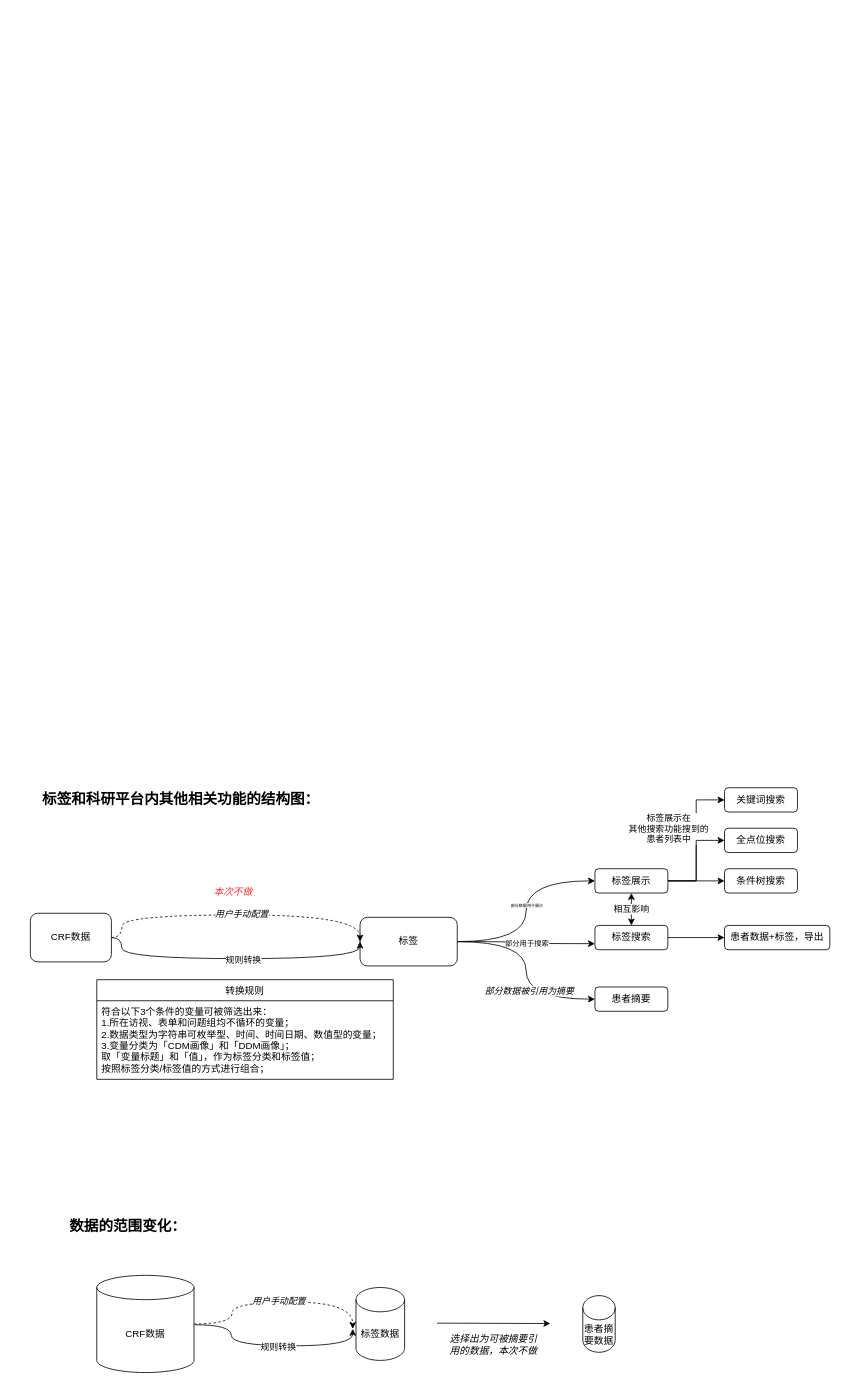
Before: 系统关系.drawio in ElsaTravel/hello-world, a draw.io diagram. Source tidied: cells renumbered, new cells numbered last; positions are measured from the earlier drawing's top-left corner, leaving out a move shared by most shapes. Both pictures are drawn from the tidied source at 81%, with x=0, y=0 at pixel (23, 787).
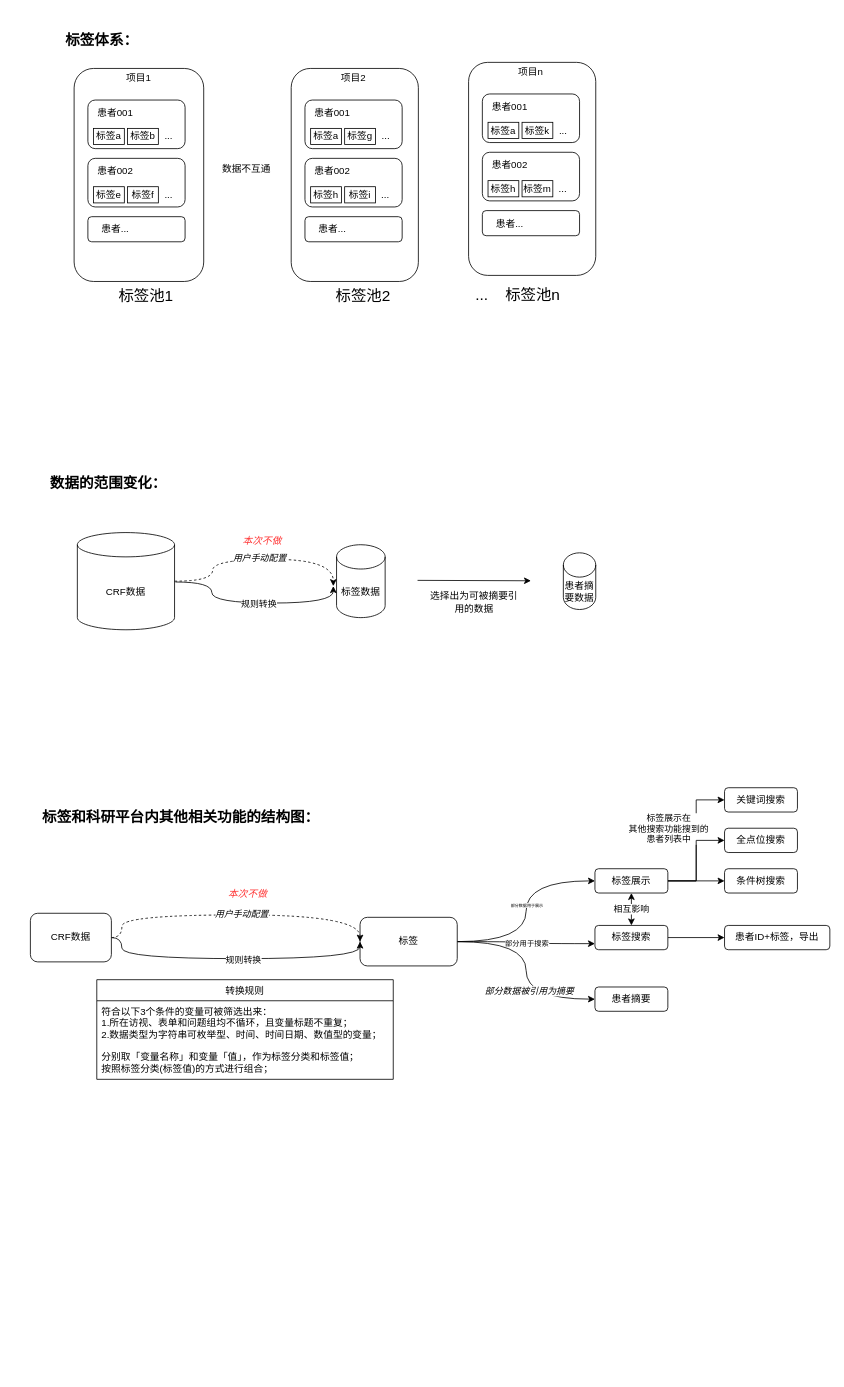
The same page after the edit.

Commit message:
更新系统关系.drawio

Unchanged cells that the change refers to:
```xml
<mxCell id="30" value="转换规则" style="swimlane;fontStyle=0;horizontal=1;startSize=26;" parent="1" vertex="1">
  <mxGeometry x="91" y="237" width="366" height="123" as="geometry" />
</mxCell>
```

Change to the diagram source:
```diff
@@
+    <mxCell id="42" style="rounded=1;whiteSpace=wrap;html=1;" parent="1" vertex="1">
+      <mxGeometry x="63" y="-888" width="160" height="263" as="geometry" />
+    </mxCell>
+    <mxCell id="43" style="rounded=1;whiteSpace=wrap;html=1;" parent="1" vertex="1">
+      <mxGeometry x="80" y="-849" width="120" height="60" as="geometry" />
+    </mxCell>
     <mxCell id="2" style="endArrow=classic;html=1;" parent="1" edge="1">
       <mxGeometry relative="1" as="geometry">
-        <mxPoint x="511" y="661" as="sourcePoint" />
-        <mxPoint x="651" y="661.5" as="targetPoint" />
+        <mxPoint x="487" y="-256" as="sourcePoint" />
+        <mxPoint x="627" y="-255.5" as="targetPoint" />
       </mxGeometry>
     </mxCell>
-    <mxCell id="3" value="&lt;i&gt;选择出为可被摘要引用的数据，本次不做&lt;/i&gt;" style="text;html=1;align=center;verticalAlign=middle;whiteSpace=wrap;rounded=0;" parent="1" vertex="1">
-      <mxGeometry x="526" y="663" width="110" height="50" as="geometry" />
+    <mxCell id="3" value="&lt;span&gt;选择出为可被摘要引用的数据&lt;/span&gt;" style="text;html=1;align=center;verticalAlign=middle;whiteSpace=wrap;rounded=0;fontStyle=0;" parent="1" vertex="1">
+      <mxGeometry x="502" y="-254" width="110" height="50" as="geometry" />
     </mxCell>
@@
     <mxCell id="11" value="&lt;span&gt;标签数据&lt;/span&gt;" style="shape=cylinder3;whiteSpace=wrap;html=1;boundedLbl=1;backgroundOutline=1;size=15;" parent="1" vertex="1">
-      <mxGeometry x="411" y="617" width="60" height="90" as="geometry" />
+      <mxGeometry x="387" y="-300" width="60" height="90" as="geometry" />
     </mxCell>
     <mxCell id="12" value="CRF数据" style="shape=cylinder3;whiteSpace=wrap;html=1;boundedLbl=1;backgroundOutline=1;size=15;" parent="1" vertex="1">
-      <mxGeometry x="91" y="602" width="120" height="120" as="geometry" />
+      <mxGeometry x="67" y="-315" width="120" height="120" as="geometry" />
     </mxCell>
     <mxCell id="13" value="患者摘要数据" style="shape=cylinder3;whiteSpace=wrap;html=1;boundedLbl=1;backgroundOutline=1;size=15;" parent="1" vertex="1">
-      <mxGeometry x="691" y="627" width="40" height="70" as="geometry" />
+      <mxGeometry x="667" y="-290" width="40" height="70" as="geometry" />
     </mxCell>
@@
-    <mxCell id="27" value="患者数据+标签，导出" style="rounded=1;whiteSpace=wrap;html=1;" parent="1" vertex="1">
+    <mxCell id="27" value="患者ID+标签，导出" style="rounded=1;whiteSpace=wrap;html=1;" parent="1" vertex="1">
       <mxGeometry x="866" y="170" width="130" height="30" as="geometry" />
     </mxCell>
@@
-    <mxCell id="31" value="符合以下3个条件的变量可被筛选出来：&#10;1.所在访视、表单和问题组均不循环的变量；&#10;2.数据类型为字符串可枚举型、时间、时间日期、数值型的变量；&#10;3.变量分类为「CDM画像」和「DDM画像」；&#10;取「变量标题」和「值」，作为标签分类和标签值；&#10;按照标签分类/标签值的方式进行组合；" style="text;align=left;verticalAlign=top;spacingLeft=4;spacingRight=4;overflow=hidden;" parent="30" vertex="1">
+    <mxCell id="31" value="符合以下3个条件的变量可被筛选出来：&#10;1.所在访视、表单和问题组均不循环，且变量标题不重复；&#10;2.数据类型为字符串可枚举型、时间、时间日期、数值型的变量；&#10;&#10;分别取「变量名称」和变量「值」，作为标签分类和标签值；&#10;按照标签分类(标签值)的方式进行组合；" style="text;align=left;verticalAlign=top;spacingLeft=4;spacingRight=4;overflow=hidden;" parent="30" vertex="1">
       <mxGeometry y="26" width="366" height="97" as="geometry" />
     </mxCell>
@@
     <mxCell id="35" value="&lt;h1&gt;&lt;font style=&quot;font-size: 18px&quot;&gt;数据的范围变化：&lt;/font&gt;&lt;/h1&gt;" style="text;html=1;strokeColor=none;fillColor=none;align=center;verticalAlign=middle;whiteSpace=wrap;rounded=0;" parent="1" vertex="1">
-      <mxGeometry x="21" y="530" width="217" height="20" as="geometry" />
+      <mxGeometry x="-3" y="-387" width="217" height="20" as="geometry" />
     </mxCell>
     <mxCell id="36" value="&lt;h1&gt;&lt;font style=&quot;font-size: 18px&quot;&gt;标签和科研平台内其他相关功能的结构图：&lt;/font&gt;&lt;/h1&gt;" style="text;html=1;strokeColor=none;fillColor=none;align=center;verticalAlign=middle;whiteSpace=wrap;rounded=0;" parent="1" vertex="1">
-      <mxGeometry y="3" width="390" height="20" as="geometry" />
+      <mxGeometry y="25" width="390" height="20" as="geometry" />
     </mxCell>
     <mxCell id="37" style="edgeStyle=orthogonalEdgeStyle;curved=1;rounded=0;jettySize=auto;html=1;exitX=1;exitY=0.5;exitDx=0;exitDy=0;entryX=0;entryY=0.5;entryDx=0;entryDy=0;dashed=1;exitPerimeter=0;" parent="1" edge="1" source="12">
       <mxGeometry relative="1" as="geometry">
-        <mxPoint x="407" y="668.1" as="targetPoint" />
+        <mxPoint x="383" y="-248.9" as="targetPoint" />
         <Array as="points">
-          <mxPoint x="258" y="662" />
-          <mxPoint x="258" y="635" />
-          <mxPoint x="407" y="635" />
+          <mxPoint x="234" y="-255" />
+          <mxPoint x="234" y="-282" />
+          <mxPoint x="383" y="-282" />
         </Array>
       </mxGeometry>
     </mxCell>
@@
     <mxCell id="39" style="edgeStyle=orthogonalEdgeStyle;curved=1;rounded=0;orthogonalLoop=1;jettySize=auto;html=1;entryX=0;entryY=0.5;entryDx=0;entryDy=0;" parent="1" edge="1">
       <mxGeometry relative="1" as="geometry">
-        <mxPoint x="212" y="663" as="sourcePoint" />
-        <mxPoint x="407" y="668.1" as="targetPoint" />
+        <mxPoint x="188" y="-254" as="sourcePoint" />
+        <mxPoint x="383" y="-248.9" as="targetPoint" />
         <Array as="points">
-          <mxPoint x="257" y="663" />
-          <mxPoint x="257" y="689" />
-          <mxPoint x="407" y="689" />
+          <mxPoint x="233" y="-254" />
+          <mxPoint x="233" y="-228" />
+          <mxPoint x="383" y="-228" />
         </Array>
       </mxGeometry>
     </mxCell>
@@
     <mxCell id="41" value="&lt;font color=&quot;#ff3333&quot;&gt;&lt;i&gt;本次不做&lt;/i&gt;&lt;/font&gt;" style="text;html=1;strokeColor=none;fillColor=none;align=center;verticalAlign=middle;whiteSpace=wrap;rounded=0;" parent="1" vertex="1">
-      <mxGeometry x="214" y="119" width="91" height="20" as="geometry" />
+      <mxGeometry x="232" y="122" width="91" height="20" as="geometry" />
     </mxCell>
+    <mxCell id="44" value="&lt;font color=&quot;#ff3333&quot;&gt;&lt;i&gt;本次不做&lt;/i&gt;&lt;/font&gt;" style="text;html=1;strokeColor=none;fillColor=none;align=center;verticalAlign=middle;whiteSpace=wrap;rounded=0;" parent="1" vertex="1">
+      <mxGeometry x="250" y="-315" width="91" height="20" as="geometry" />
+    </mxCell>
+    <mxCell id="45" value="项目1" style="text;html=1;strokeColor=none;fillColor=none;align=center;verticalAlign=middle;whiteSpace=wrap;rounded=0;" parent="1" vertex="1">
+      <mxGeometry x="123" y="-886" width="40" height="20" as="geometry" />
+    </mxCell>
+    <mxCell id="46" value="标签b" style="rounded=0;whiteSpace=wrap;html=1;" parent="1" vertex="1">
+      <mxGeometry x="129" y="-814" width="38" height="20" as="geometry" />
+    </mxCell>
+    <mxCell id="47" value="标签a" style="rounded=0;whiteSpace=wrap;html=1;" parent="1" vertex="1">
+      <mxGeometry x="87" y="-814" width="38" height="20" as="geometry" />
+    </mxCell>
+    <mxCell id="48" value="患者001" style="text;html=1;strokeColor=none;fillColor=none;align=center;verticalAlign=middle;whiteSpace=wrap;rounded=0;" parent="1" vertex="1">
+      <mxGeometry x="86" y="-843" width="56" height="20" as="geometry" />
+    </mxCell>
+    <mxCell id="49" value="..." style="text;html=1;strokeColor=none;fillColor=none;align=center;verticalAlign=middle;whiteSpace=wrap;rounded=0;" parent="1" vertex="1">
+      <mxGeometry x="160" y="-814" width="40" height="20" as="geometry" />
+    </mxCell>
+    <mxCell id="50" style="rounded=1;whiteSpace=wrap;html=1;" parent="1" vertex="1">
+      <mxGeometry x="80" y="-777" width="120" height="60" as="geometry" />
+    </mxCell>
+    <mxCell id="51" value="标签f" style="rounded=0;whiteSpace=wrap;html=1;" parent="1" vertex="1">
+      <mxGeometry x="129" y="-742" width="38" height="20" as="geometry" />
+    </mxCell>
+    <mxCell id="52" value="标签e" style="rounded=0;whiteSpace=wrap;html=1;" parent="1" vertex="1">
+      <mxGeometry x="87" y="-742" width="38" height="20" as="geometry" />
+    </mxCell>
+    <mxCell id="53" value="患者002" style="text;html=1;strokeColor=none;fillColor=none;align=center;verticalAlign=middle;whiteSpace=wrap;rounded=0;" parent="1" vertex="1">
+      <mxGeometry x="86" y="-771" width="56" height="20" as="geometry" />
+    </mxCell>
+    <mxCell id="54" value="..." style="text;html=1;strokeColor=none;fillColor=none;align=center;verticalAlign=middle;whiteSpace=wrap;rounded=0;" parent="1" vertex="1">
+      <mxGeometry x="160" y="-742" width="40" height="20" as="geometry" />
+    </mxCell>
+    <mxCell id="55" style="rounded=1;whiteSpace=wrap;html=1;" parent="1" vertex="1">
+      <mxGeometry x="80" y="-705" width="120" height="31" as="geometry" />
+    </mxCell>
+    <mxCell id="56" value="患者..." style="text;html=1;strokeColor=none;fillColor=none;align=center;verticalAlign=middle;whiteSpace=wrap;rounded=0;" parent="1" vertex="1">
+      <mxGeometry x="86" y="-699" width="56" height="20" as="geometry" />
+    </mxCell>
+    <mxCell id="57" value="标签池1" style="text;html=1;strokeColor=none;fillColor=none;align=center;verticalAlign=middle;whiteSpace=wrap;rounded=0;fontSize=19;" parent="1" vertex="1">
+      <mxGeometry x="109" y="-616" width="86" height="17" as="geometry" />
+    </mxCell>
+    <mxCell id="58" style="rounded=1;whiteSpace=wrap;html=1;" parent="1" vertex="1">
+      <mxGeometry x="331" y="-888" width="157" height="263" as="geometry" />
+    </mxCell>
+    <mxCell id="59" style="rounded=1;whiteSpace=wrap;html=1;" parent="1" vertex="1">
+      <mxGeometry x="348" y="-849" width="120" height="60" as="geometry" />
+    </mxCell>
+    <mxCell id="60" value="项目2" style="text;html=1;strokeColor=none;fillColor=none;align=center;verticalAlign=middle;whiteSpace=wrap;rounded=0;" parent="1" vertex="1">
+      <mxGeometry x="388" y="-886" width="40" height="20" as="geometry" />
+    </mxCell>
+    <mxCell id="61" value="标签g" style="rounded=0;whiteSpace=wrap;html=1;" parent="1" vertex="1">
+      <mxGeometry x="397" y="-814" width="38" height="20" as="geometry" />
+    </mxCell>
+    <mxCell id="62" value="标签a" style="rounded=0;whiteSpace=wrap;html=1;" parent="1" vertex="1">
+      <mxGeometry x="355" y="-814" width="38" height="20" as="geometry" />
+    </mxCell>
+    <mxCell id="63" value="患者001" style="text;html=1;strokeColor=none;fillColor=none;align=center;verticalAlign=middle;whiteSpace=wrap;rounded=0;" parent="1" vertex="1">
+      <mxGeometry x="354" y="-843" width="56" height="20" as="geometry" />
+    </mxCell>
+    <mxCell id="64" value="..." style="text;html=1;strokeColor=none;fillColor=none;align=center;verticalAlign=middle;whiteSpace=wrap;rounded=0;" parent="1" vertex="1">
+      <mxGeometry x="428" y="-814" width="40" height="20" as="geometry" />
+    </mxCell>
+    <mxCell id="65" style="rounded=1;whiteSpace=wrap;html=1;" parent="1" vertex="1">
+      <mxGeometry x="348" y="-777" width="120" height="60" as="geometry" />
+    </mxCell>
+    <mxCell id="66" value="标签i" style="rounded=0;whiteSpace=wrap;html=1;" parent="1" vertex="1">
+      <mxGeometry x="397" y="-742" width="38" height="20" as="geometry" />
+    </mxCell>
+    <mxCell id="67" value="标签h" style="rounded=0;whiteSpace=wrap;html=1;" parent="1" vertex="1">
+      <mxGeometry x="355" y="-742" width="38" height="20" as="geometry" />
+    </mxCell>
+    <mxCell id="68" value="患者002" style="text;html=1;strokeColor=none;fillColor=none;align=center;verticalAlign=middle;whiteSpace=wrap;rounded=0;" parent="1" vertex="1">
+      <mxGeometry x="354" y="-771" width="56" height="20" as="geometry" />
+    </mxCell>
+    <mxCell id="69" value="..." style="text;html=1;strokeColor=none;fillColor=none;align=center;verticalAlign=middle;whiteSpace=wrap;rounded=0;" parent="1" vertex="1">
+      <mxGeometry x="427" y="-742" width="41" height="20" as="geometry" />
+    </mxCell>
+    <mxCell id="70" style="rounded=1;whiteSpace=wrap;html=1;" parent="1" vertex="1">
+      <mxGeometry x="348" y="-705" width="120" height="31" as="geometry" />
+    </mxCell>
+    <mxCell id="71" value="患者..." style="text;html=1;strokeColor=none;fillColor=none;align=center;verticalAlign=middle;whiteSpace=wrap;rounded=0;" parent="1" vertex="1">
+      <mxGeometry x="354" y="-699" width="56" height="20" as="geometry" />
+    </mxCell>
+    <mxCell id="72" value="标签池2" style="text;html=1;strokeColor=none;fillColor=none;align=center;verticalAlign=middle;whiteSpace=wrap;rounded=0;fontSize=19;" parent="1" vertex="1">
+      <mxGeometry x="377" y="-616" width="86" height="17" as="geometry" />
+    </mxCell>
+    <mxCell id="73" value="...&amp;nbsp; &amp;nbsp; 标签池n" style="text;html=1;strokeColor=none;fillColor=none;align=center;verticalAlign=middle;whiteSpace=wrap;rounded=0;fontSize=19;" parent="1" vertex="1">
+      <mxGeometry x="533" y="-616" width="156" height="16" as="geometry" />
+    </mxCell>
+    <mxCell id="74" value="数据不互通" style="text;html=1;strokeColor=none;fillColor=none;align=center;verticalAlign=middle;whiteSpace=wrap;rounded=0;" parent="1" vertex="1">
+      <mxGeometry x="239" y="-769" width="74" height="10" as="geometry" />
+    </mxCell>
+    <mxCell id="75" value="&lt;h1&gt;&lt;font style=&quot;font-size: 18px&quot;&gt;标签体系：&lt;/font&gt;&lt;/h1&gt;" style="text;html=1;strokeColor=none;fillColor=none;align=center;verticalAlign=middle;whiteSpace=wrap;rounded=0;" parent="1" vertex="1">
+      <mxGeometry x="-11" y="-935" width="217" height="20" as="geometry" />
+    </mxCell>
+    <mxCell id="76" style="rounded=1;whiteSpace=wrap;html=1;" parent="1" vertex="1">
+      <mxGeometry x="550" y="-895.5" width="157" height="263" as="geometry" />
+    </mxCell>
+    <mxCell id="77" style="rounded=1;whiteSpace=wrap;html=1;" parent="1" vertex="1">
+      <mxGeometry x="567" y="-856.5" width="120" height="60" as="geometry" />
+    </mxCell>
+    <mxCell id="78" value="项目n" style="text;html=1;strokeColor=none;fillColor=none;align=center;verticalAlign=middle;whiteSpace=wrap;rounded=0;" parent="1" vertex="1">
+      <mxGeometry x="607" y="-893.5" width="40" height="20" as="geometry" />
+    </mxCell>
+    <mxCell id="79" value="标签k" style="rounded=0;whiteSpace=wrap;html=1;" parent="1" vertex="1">
+      <mxGeometry x="616" y="-821.5" width="38" height="20" as="geometry" />
+    </mxCell>
+    <mxCell id="80" value="标签a" style="rounded=0;whiteSpace=wrap;html=1;" parent="1" vertex="1">
+      <mxGeometry x="574" y="-821.5" width="38" height="20" as="geometry" />
+    </mxCell>
+    <mxCell id="81" value="患者001" style="text;html=1;strokeColor=none;fillColor=none;align=center;verticalAlign=middle;whiteSpace=wrap;rounded=0;" parent="1" vertex="1">
+      <mxGeometry x="573" y="-850.5" width="56" height="20" as="geometry" />
+    </mxCell>
+    <mxCell id="82" value="..." style="text;html=1;strokeColor=none;fillColor=none;align=center;verticalAlign=middle;whiteSpace=wrap;rounded=0;" parent="1" vertex="1">
+      <mxGeometry x="647" y="-821.5" width="40" height="20" as="geometry" />
+    </mxCell>
+    <mxCell id="83" style="rounded=1;whiteSpace=wrap;html=1;" parent="1" vertex="1">
+      <mxGeometry x="567" y="-784.5" width="120" height="60" as="geometry" />
+    </mxCell>
+    <mxCell id="84" value="标签m" style="rounded=0;whiteSpace=wrap;html=1;" parent="1" vertex="1">
+      <mxGeometry x="616" y="-749.5" width="38" height="20" as="geometry" />
+    </mxCell>
+    <mxCell id="85" value="标签h" style="rounded=0;whiteSpace=wrap;html=1;" parent="1" vertex="1">
+      <mxGeometry x="574" y="-749.5" width="38" height="20" as="geometry" />
+    </mxCell>
+    <mxCell id="86" value="患者002" style="text;html=1;strokeColor=none;fillColor=none;align=center;verticalAlign=middle;whiteSpace=wrap;rounded=0;" parent="1" vertex="1">
+      <mxGeometry x="573" y="-778.5" width="56" height="20" as="geometry" />
+    </mxCell>
+    <mxCell id="87" value="..." style="text;html=1;strokeColor=none;fillColor=none;align=center;verticalAlign=middle;whiteSpace=wrap;rounded=0;" parent="1" vertex="1">
+      <mxGeometry x="646" y="-749.5" width="41" height="20" as="geometry" />
+    </mxCell>
+    <mxCell id="88" style="rounded=1;whiteSpace=wrap;html=1;" parent="1" vertex="1">
+      <mxGeometry x="567" y="-712.5" width="120" height="31" as="geometry" />
+    </mxCell>
+    <mxCell id="89" value="患者..." style="text;html=1;strokeColor=none;fillColor=none;align=center;verticalAlign=middle;whiteSpace=wrap;rounded=0;" parent="1" vertex="1">
+      <mxGeometry x="573" y="-706.5" width="56" height="20" as="geometry" />
+    </mxCell>
```
